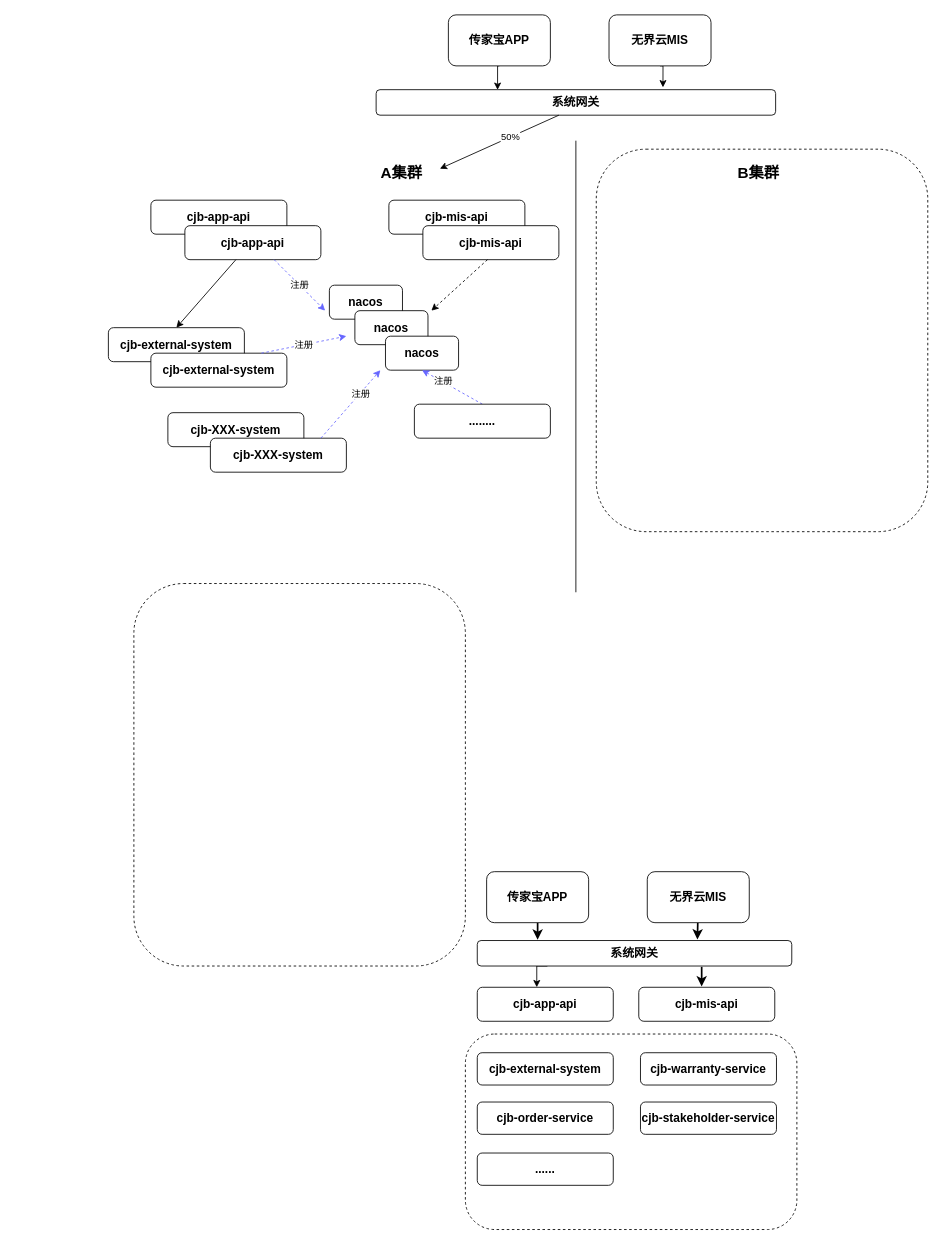
Before: devops_cjb.drawio in jmy99527/chapter1, a draw.io diagram. Source tidied: cells renumbered, new cells numbered last; positions are measured from the earlier drawing's top-left corner, leaving out a move shared by most shapes. Both pictures are drawn from the tidied source at 85%, with x=0, y=0 at pixel (108, 14).
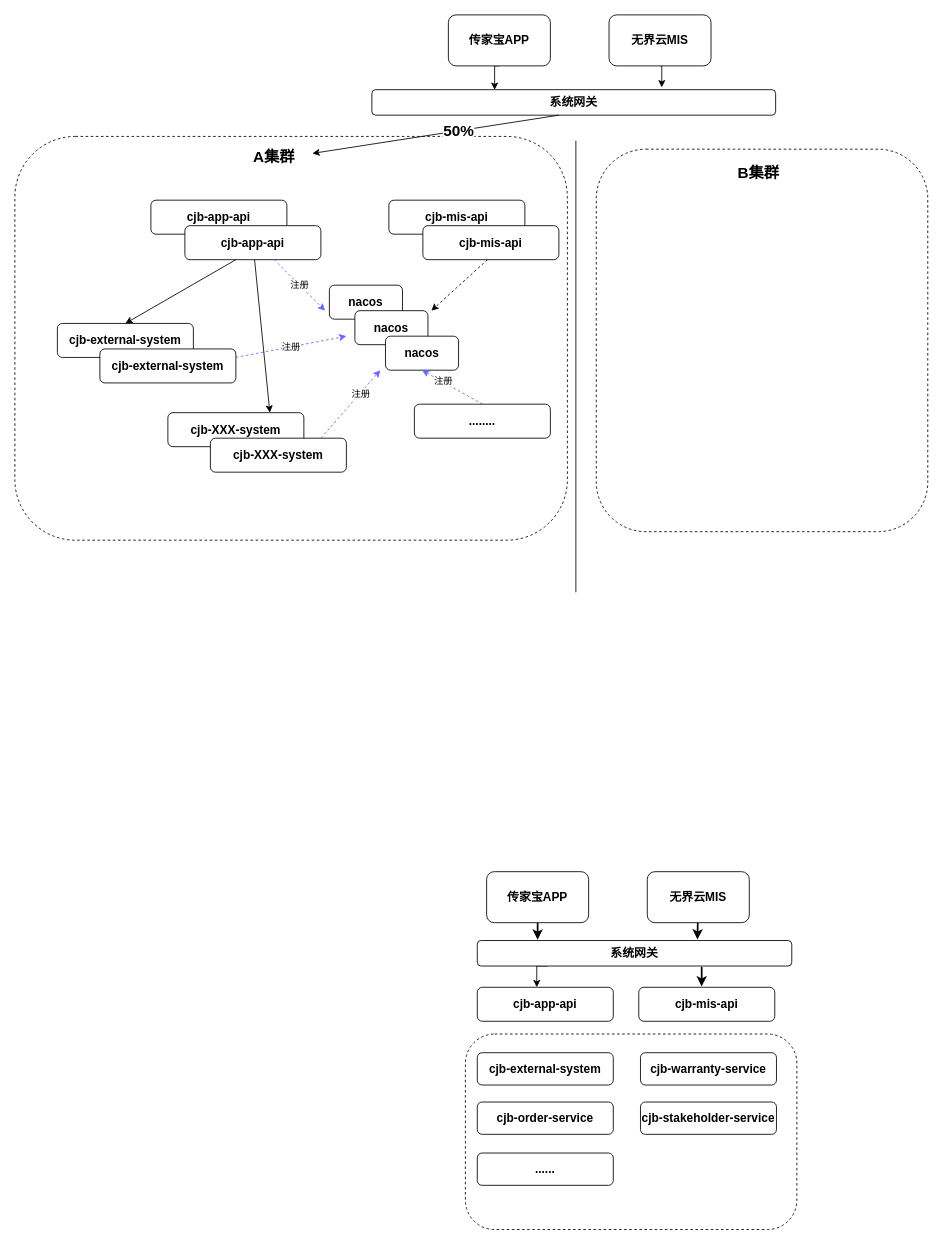
After the change.

The change refers to these unchanged cells:
```xml
<mxCell id="34" value="&lt;b style=&quot;font-size: 14px&quot;&gt;cjb-external-system&lt;/b&gt;&lt;span style=&quot;font-size: 14px&quot;&gt;&lt;b&gt;&lt;br&gt;&lt;/b&gt;&lt;/span&gt;" style="rounded=1;whiteSpace=wrap;html=1;" parent="32" vertex="1">
  <mxGeometry x="50" y="30" width="160" height="40" as="geometry" />
</mxCell>
<mxCell id="36" value="&lt;b style=&quot;font-size: 14px&quot;&gt;cjb-XXX-system&lt;/b&gt;&lt;span style=&quot;font-size: 14px&quot;&gt;&lt;b&gt;&lt;br&gt;&lt;/b&gt;&lt;/span&gt;" style="rounded=1;whiteSpace=wrap;html=1;" parent="35" vertex="1">
  <mxGeometry width="160" height="40" as="geometry" />
</mxCell>
<mxCell id="42" value="&lt;span style=&quot;font-size: 14px&quot;&gt;&lt;b&gt;cjb-app-api&lt;br&gt;&lt;/b&gt;&lt;/span&gt;" style="rounded=1;whiteSpace=wrap;html=1;" parent="40" vertex="1">
  <mxGeometry x="40" y="30" width="160" height="40" as="geometry" />
</mxCell>
<mxCell id="53" style="endArrow=classic;html=1;entryX=1;entryY=0.25;entryDx=0;entryDy=0;" parent="1" edge="1" target="24">
  <mxGeometry relative="1" as="geometry">
    <mxPoint x="530" y="118" as="sourcePoint" />
  </mxGeometry>
</mxCell>
```

Diff of the diagram source:
```diff
@@
     <mxCell id="3" value="&lt;span style=&quot;font-size: 14px&quot;&gt;&lt;b&gt;&lt;br&gt;&lt;/b&gt;&lt;/span&gt;" style="rounded=1;whiteSpace=wrap;html=1;dashed=1;" parent="1" vertex="1">
-      <mxGeometry x="30" y="669" width="390" height="450" as="geometry" />
+      <mxGeometry x="-110" y="143" width="650" height="475" as="geometry" />
     </mxCell>
@@
     <mxCell id="24" value="&lt;b&gt;&lt;font style=&quot;font-size: 18px&quot;&gt;A集群&lt;/font&gt;&lt;/b&gt;" style="text;html=1;strokeColor=none;fillColor=none;align=center;verticalAlign=middle;whiteSpace=wrap;rounded=0;" parent="1" vertex="1">
-      <mxGeometry x="300" y="176" width="90" height="20" as="geometry" />
+      <mxGeometry x="150" y="158" width="90" height="20" as="geometry" />
     </mxCell>
@@
     <mxCell id="26" value="&lt;span style=&quot;font-size: 14px&quot;&gt;&lt;b&gt;系统网关&lt;/b&gt;&lt;/span&gt;" style="rounded=1;whiteSpace=wrap;html=1;" parent="1" vertex="1">
-      <mxGeometry x="315" y="88" width="470" height="30" as="geometry" />
+      <mxGeometry x="310" y="88" width="475" height="30" as="geometry" />
     </mxCell>
@@
     <mxCell id="32" style="group;" parent="1" vertex="1">
-      <mxGeometry y="368" width="210" height="70" as="geometry" />
+      <mxGeometry x="-60" y="363" width="210" height="70" as="geometry" />
     </mxCell>
@@
-    <mxCell id="49" value="&#10;&#10;&lt;span style=&quot;color: rgb(0, 0, 0); font-family: helvetica; font-size: 11px; font-style: normal; font-weight: 400; letter-spacing: normal; text-align: center; text-indent: 0px; text-transform: none; word-spacing: 0px; background-color: rgb(255, 255, 255); display: inline; float: none;&quot;&gt;注册&lt;/span&gt;&#10;&#10;" style="endArrow=classic;html=1;dashed=1;strokeColor=#6666FF;" parent="1" edge="1">
+    <mxCell id="49" value="&#10;&#10;&lt;span style=&quot;color: rgb(0, 0, 0); font-family: helvetica; font-size: 11px; font-style: normal; font-weight: 400; letter-spacing: normal; text-align: center; text-indent: 0px; text-transform: none; word-spacing: 0px; background-color: rgb(255, 255, 255); display: inline; float: none;&quot;&gt;注册&lt;/span&gt;&#10;&#10;" style="endArrow=classic;html=1;dashed=1;strokeColor=#6666FF;exitX=1;exitY=0.25;exitDx=0;exitDy=0;" parent="1" edge="1" source="34">
       <mxGeometry relative="1" as="geometry">
-        <mxPoint x="180" y="398" as="sourcePoint" />
         <mxPoint x="280" y="378" as="targetPoint" />
       </mxGeometry>
     </mxCell>
@@
-    <mxCell id="54" value="50%" style="edgeLabel;html=1;align=center;verticalAlign=middle;" parent="53" vertex="1">
+    <mxCell id="54" value="&lt;b&gt;&lt;font style=&quot;font-size: 18px&quot;&gt;50%&lt;/font&gt;&lt;/b&gt;" style="edgeLabel;html=1;align=center;verticalAlign=middle;" parent="53" vertex="1">
       <mxGeometry x="-0.18" relative="1" as="geometry" />
     </mxCell>
+    <mxCell id="55" style="endArrow=classic;html=1;entryX=0.75;entryY=0;entryDx=0;entryDy=0;" parent="1" edge="1" source="42" target="36">
+      <mxGeometry relative="1" as="geometry" />
+    </mxCell>
```
